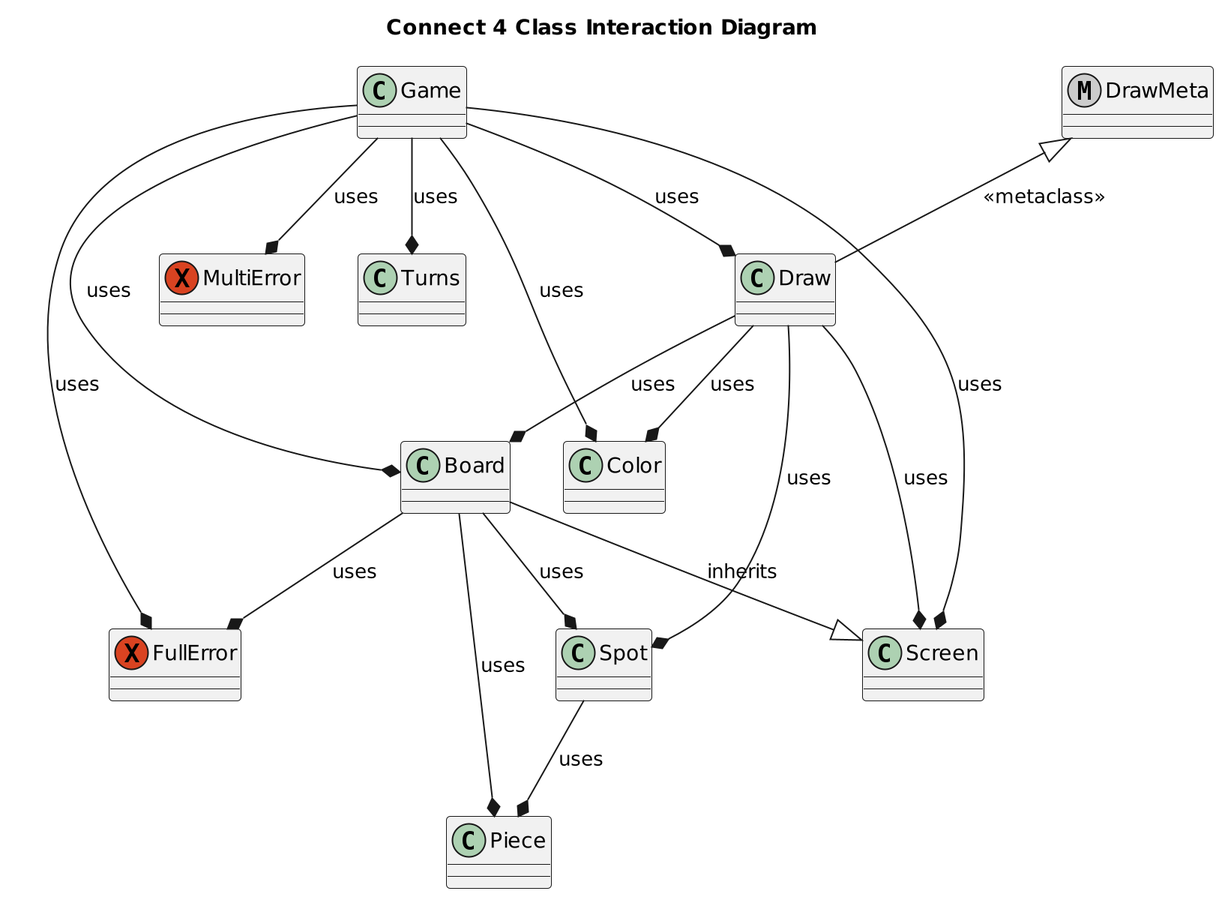
Above: uml/Class-Interaction.png in austin-s970/OOP-Connect4 (PlantUML), before the change.
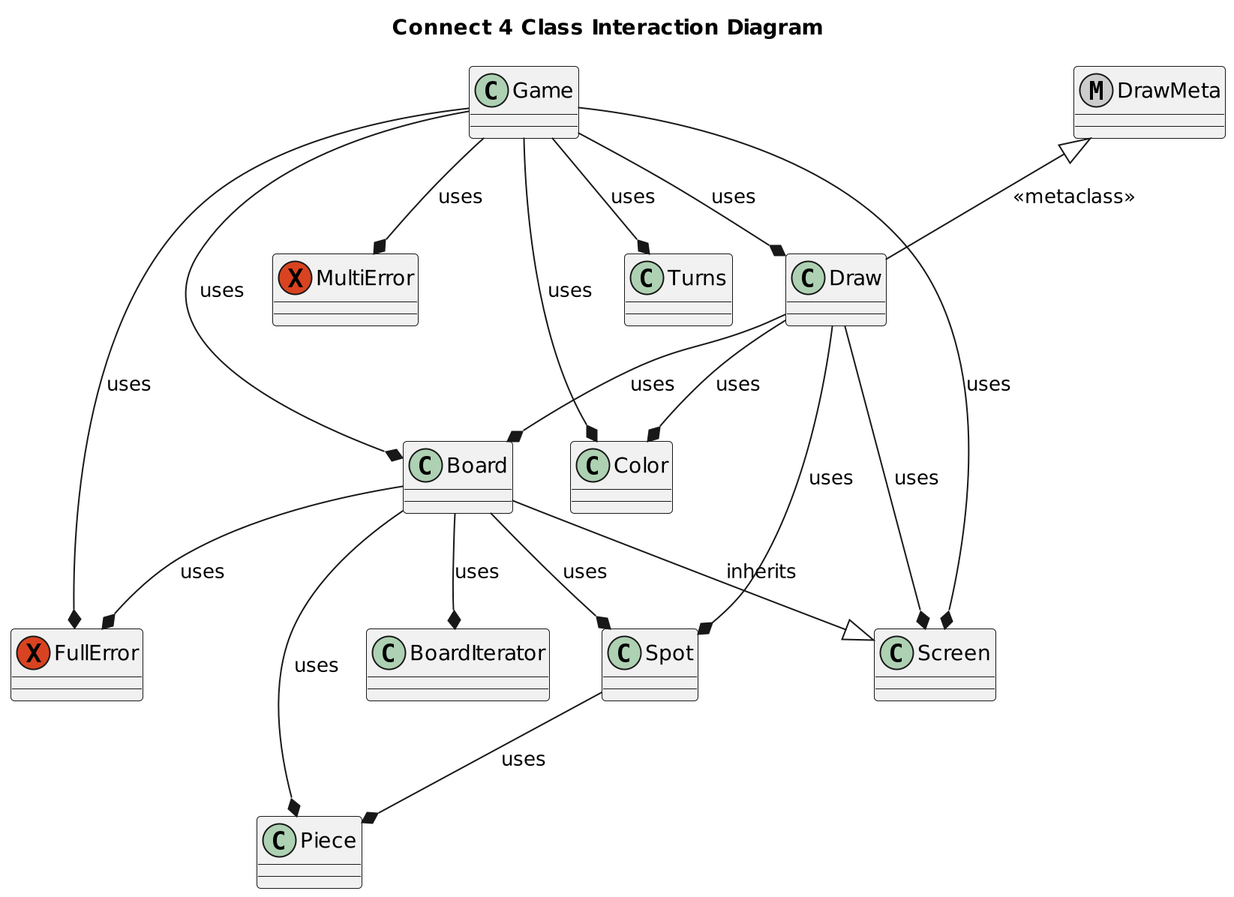
After the change.

Commit message:
updated uml for iterator

What changed in the source:
```diff
@@ -14,6 +14,9 @@
 }
 
 class Spot {
+}
+
+class BoardIterator {
 }
 
 class Board {
@@ -42,6 +45,7 @@
 Game --* FullError : uses
 Game --* MultiError : uses
 
+Board --* BoardIterator : uses
 Board --|> Screen : inherits
 Board --* Piece : uses
 Board --* Spot : uses
```
